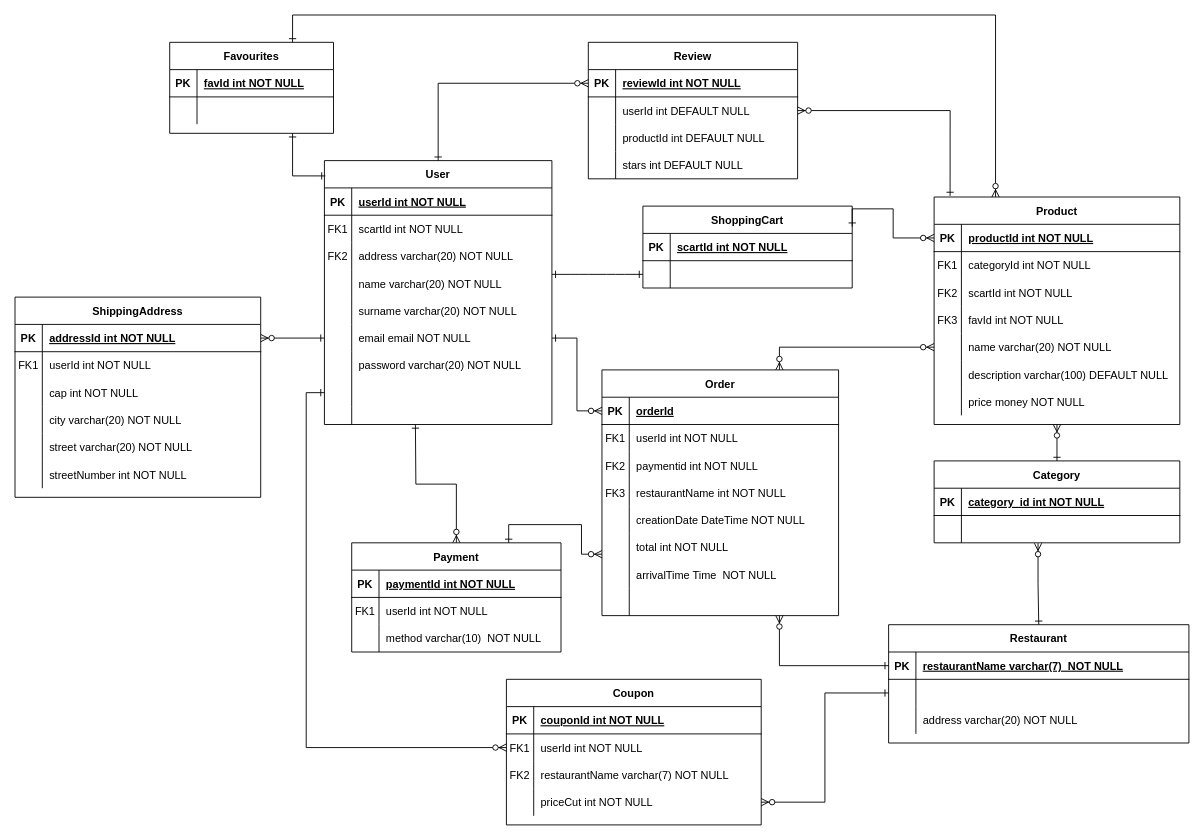
This is documentazione/Diagrammi/Er.drawio from Flacaro/TasteIt, a draw.io file, before an edit. Source tidied: cells renumbered, new cells numbered last; positions are measured from the earlier drawing's top-left corner, leaving out a move shared by most shapes. Both pictures are drawn from the tidied source at 91%, with x=0, y=0 at pixel (15, 15).
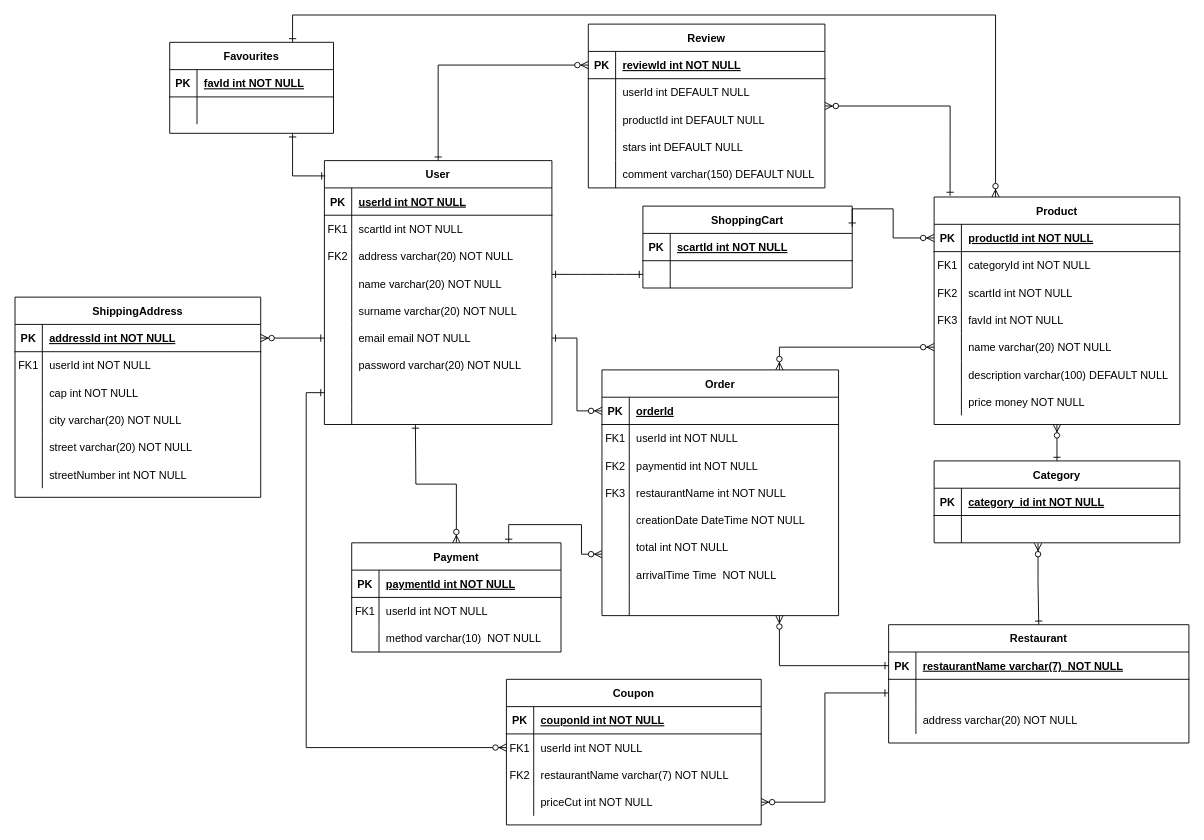
The same diagram, later.

Change to the diagram source:
```diff
@@
     <mxCell id="165" value="Review" style="shape=table;startSize=30;childLayout=tableLayout;rowLines=0;fontStyle=1;align=center;" parent="1" vertex="1">
-      <mxGeometry x="630" y="30" width="230" height="150" as="geometry" />
+      <mxGeometry x="630" y="10" width="260" height="180" as="geometry" />
     </mxCell>
     <mxCell id="166" style="shape=partialRectangle;fillColor=none;points=[[0,0.5],[1,0.5]];portConstraint=eastwest;top=0;left=0;right=0;bottom=1;" parent="165" vertex="1">
-      <mxGeometry y="30" width="230" height="30" as="geometry" />
+      <mxGeometry y="30" width="260" height="30" as="geometry" />
     </mxCell>
@@
     <mxCell id="168" value="reviewId int NOT NULL" style="shape=partialRectangle;overflow=hidden;fillColor=none;top=0;left=0;bottom=0;right=0;align=left;spacingLeft=6;fontStyle=5;" parent="166" vertex="1">
-      <mxGeometry x="30" width="200" height="30" as="geometry" />
+      <mxGeometry x="30" width="230" height="30" as="geometry" />
     </mxCell>
     <mxCell id="169" style="shape=partialRectangle;fillColor=none;top=0;left=0;right=0;bottom=0;" parent="165" vertex="1">
-      <mxGeometry y="60" width="230" height="30" as="geometry" />
+      <mxGeometry y="60" width="260" height="30" as="geometry" />
     </mxCell>
@@
     <mxCell id="171" value="userId int DEFAULT NULL" style="shape=partialRectangle;overflow=hidden;fillColor=none;top=0;left=0;bottom=0;right=0;align=left;spacingLeft=6;" parent="169" vertex="1">
-      <mxGeometry x="30" width="200" height="30" as="geometry" />
+      <mxGeometry x="30" width="230" height="30" as="geometry" />
     </mxCell>
     <mxCell id="172" style="shape=partialRectangle;fillColor=none;top=0;left=0;right=0;bottom=0;" parent="165" vertex="1">
-      <mxGeometry y="90" width="230" height="30" as="geometry" />
+      <mxGeometry y="90" width="260" height="30" as="geometry" />
     </mxCell>
@@
     <mxCell id="174" value="productId int DEFAULT NULL" style="shape=partialRectangle;overflow=hidden;fillColor=none;top=0;left=0;bottom=0;right=0;align=left;spacingLeft=6;" parent="172" vertex="1">
-      <mxGeometry x="30" width="200" height="30" as="geometry" />
+      <mxGeometry x="30" width="230" height="30" as="geometry" />
     </mxCell>
     <mxCell id="175" style="shape=partialRectangle;fillColor=none;top=0;left=0;right=0;bottom=0;" parent="165" vertex="1">
-      <mxGeometry y="120" width="230" height="30" as="geometry" />
+      <mxGeometry y="120" width="260" height="30" as="geometry" />
     </mxCell>
@@
     <mxCell id="177" value="stars int DEFAULT NULL" style="shape=partialRectangle;overflow=hidden;fillColor=none;top=0;left=0;bottom=0;right=0;align=left;spacingLeft=6;" parent="175" vertex="1">
-      <mxGeometry x="30" width="200" height="30" as="geometry" />
+      <mxGeometry x="30" width="230" height="30" as="geometry" />
     </mxCell>
+    <mxCell id="179" style="shape=partialRectangle;fillColor=none;top=0;left=0;right=0;bottom=0;" parent="165" vertex="1">
+      <mxGeometry y="150" width="260" height="30" as="geometry" />
+    </mxCell>
+    <mxCell id="180" style="shape=partialRectangle;overflow=hidden;fillColor=none;top=0;left=0;bottom=0;right=0;" parent="179" vertex="1">
+      <mxGeometry width="30" height="30" as="geometry" />
+    </mxCell>
+    <mxCell id="181" value="comment varchar(150) DEFAULT NULL" style="shape=partialRectangle;overflow=hidden;fillColor=none;top=0;left=0;bottom=0;right=0;align=left;spacingLeft=6;" parent="179" vertex="1">
+      <mxGeometry x="30" width="230" height="30" as="geometry" />
+    </mxCell>
```
